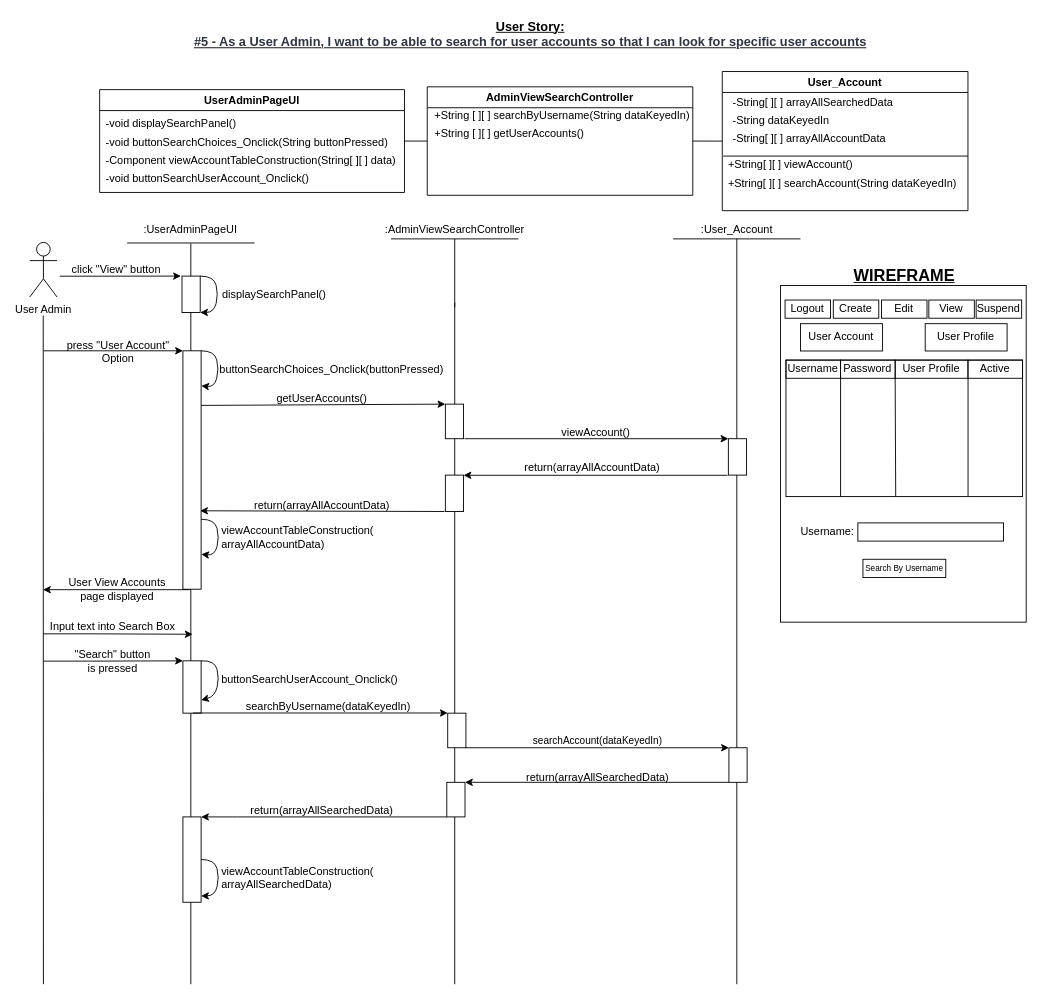
This is BCE_UML_and_Diagrams/UserAdmin/UserAdmin_ViewSearchAccount(#5&6)/UserStory#5_SearchAccount.drawio from extred5700/JAVAGUI-Restaurant-Table-Order-System, a draw.io file, before an edit. Source tidied: cells renumbered, new cells numbered last; positions are measured from the earlier drawing's top-left corner, leaving out a move shared by most shapes. Both pictures are drawn from the tidied source at 91%, with x=0, y=0 at pixel (29, 15).
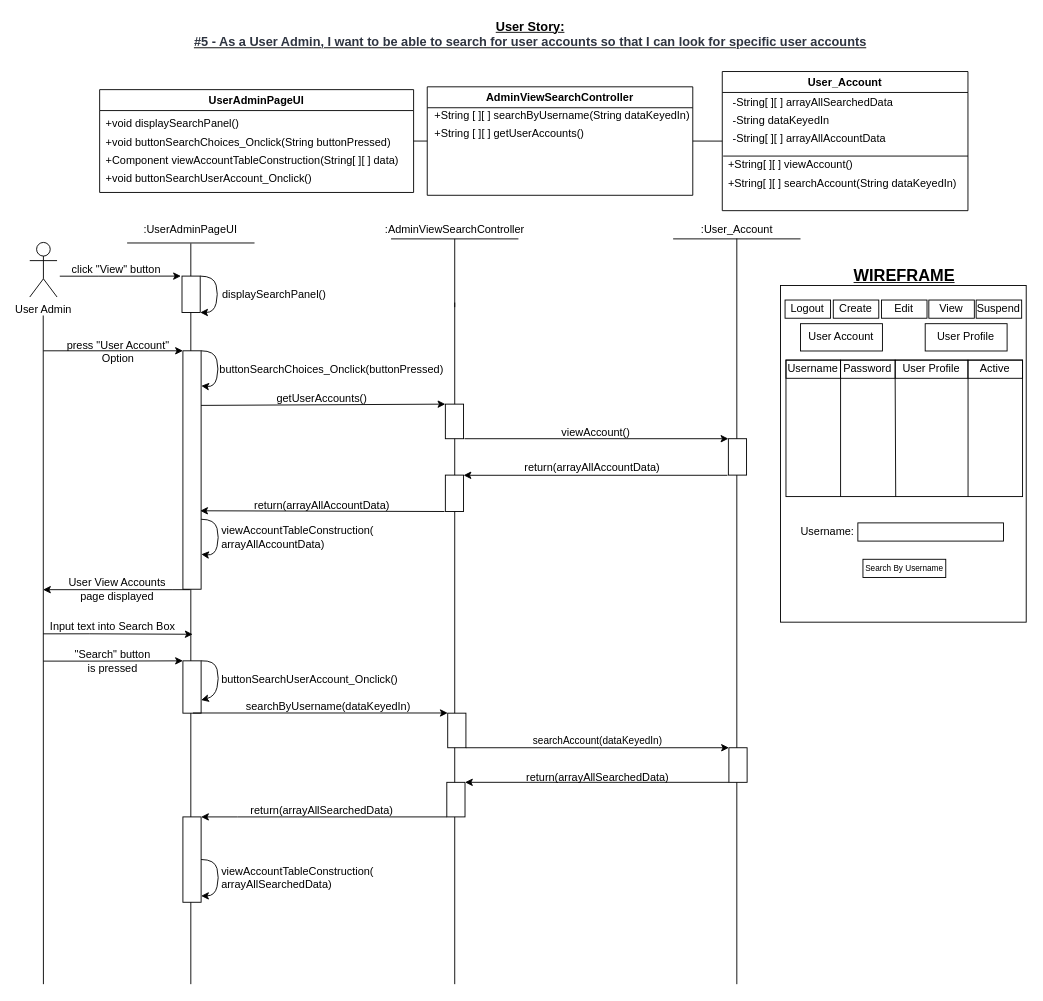
The same page after the edit.

What changed in the source:
```diff
@@
     <mxCell id="5" value="UserAdminPageUI" style="swimlane;" parent="1" vertex="1">
-      <mxGeometry x="77" y="81" width="335" height="113" as="geometry" />
+      <mxGeometry x="77" y="81" width="345" height="113" as="geometry" />
     </mxCell>
-    <mxCell id="6" value="-void displaySearchPanel()" style="text;html=1;align=left;verticalAlign=middle;strokeColor=none;fillColor=none;" parent="5" vertex="1">
+    <mxCell id="6" value="+void displaySearchPanel()" style="text;html=1;align=left;verticalAlign=middle;strokeColor=none;fillColor=none;" parent="5" vertex="1">
       <mxGeometry x="5" y="28" width="160" height="20" as="geometry" />
     </mxCell>
-    <mxCell id="7" value="-Component viewAccountTableConstruction(String[ ][ ] data)" style="text;html=1;align=left;verticalAlign=middle;strokeColor=none;fillColor=none;" parent="5" vertex="1">
-      <mxGeometry x="5" y="68" width="330" height="20" as="geometry" />
+    <mxCell id="7" value="+Component viewAccountTableConstruction(String[ ][ ] data)" style="text;html=1;align=left;verticalAlign=middle;strokeColor=none;fillColor=none;" parent="5" vertex="1">
+      <mxGeometry x="5" y="68" width="340" height="20" as="geometry" />
     </mxCell>
-    <mxCell id="8" value="-void buttonSearchUserAccount_Onclick()" style="text;html=1;align=left;verticalAlign=middle;strokeColor=none;fillColor=none;" parent="5" vertex="1">
+    <mxCell id="8" value="+void buttonSearchUserAccount_Onclick()" style="text;html=1;align=left;verticalAlign=middle;strokeColor=none;fillColor=none;" parent="5" vertex="1">
       <mxGeometry x="5" y="88" width="240" height="20" as="geometry" />
     </mxCell>
-    <mxCell id="9" value="-void buttonSearchChoices_Onclick(String buttonPressed)" style="text;html=1;align=left;verticalAlign=middle;strokeColor=none;fillColor=none;" parent="5" vertex="1">
+    <mxCell id="9" value="+void buttonSearchChoices_Onclick(String buttonPressed)" style="text;html=1;align=left;verticalAlign=middle;strokeColor=none;fillColor=none;" parent="5" vertex="1">
       <mxGeometry x="5" y="48" width="330" height="20" as="geometry" />
     </mxCell>
```
